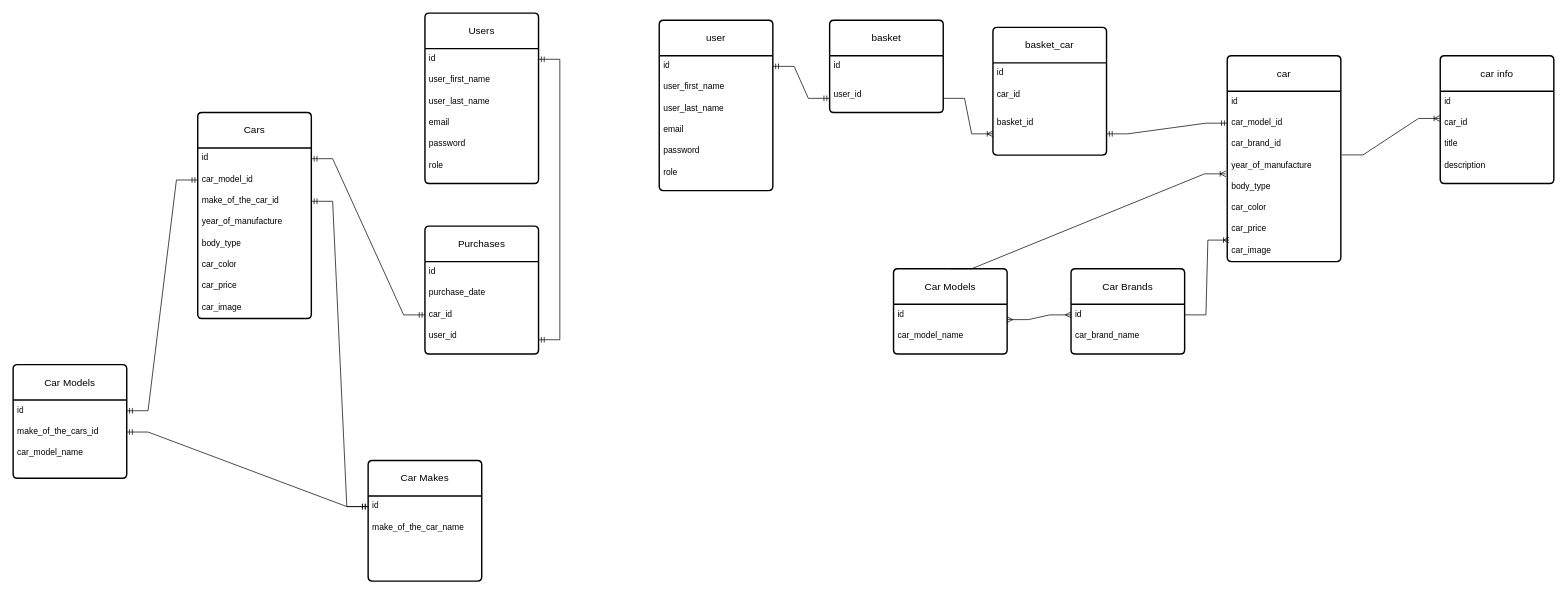
Earlier version of the draw.io diagram diagram.drawio (pablosukaban/cars-store). Source tidied: cells renumbered, new cells numbered last; positions are measured from the earlier drawing's top-left corner, leaving out a move shared by most shapes. Both pictures are drawn from the tidied source at 71%, with x=0, y=0 at pixel (13, 13).
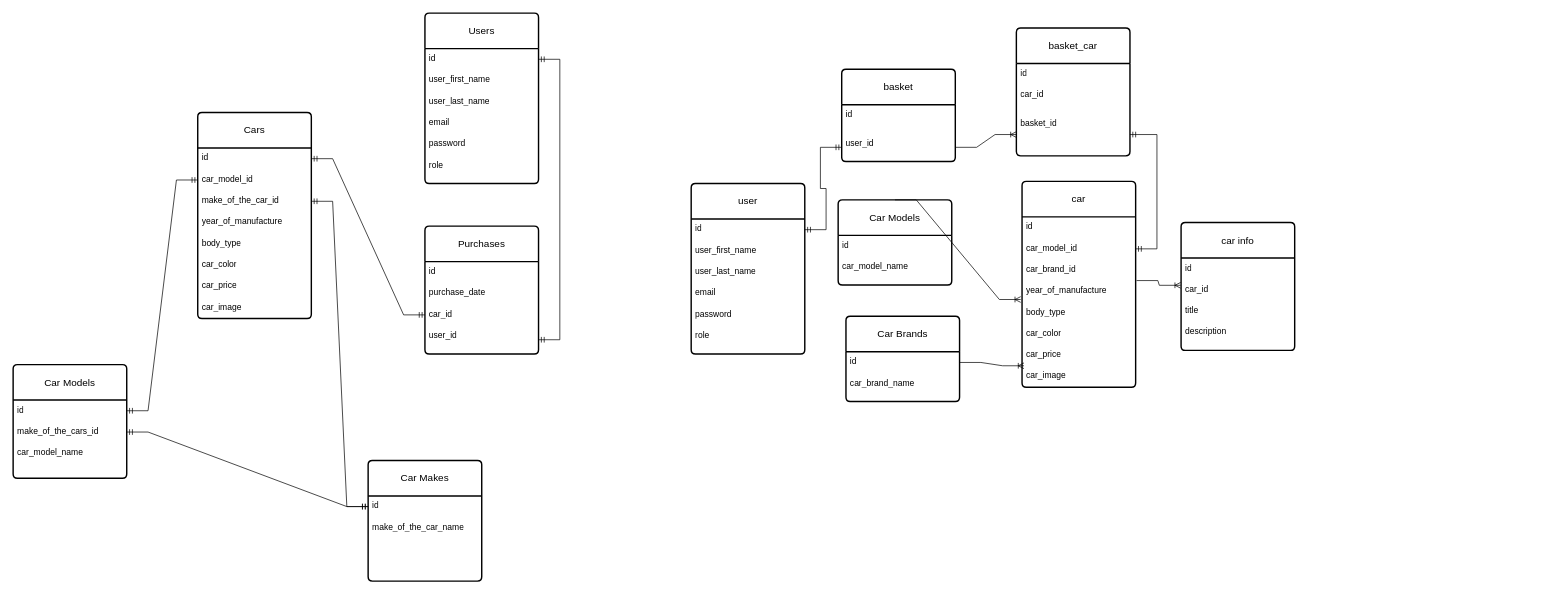
After the change.

The change refers to these unchanged cells:
```xml
<mxCell id="61" value="id" style="text;strokeColor=none;fillColor=none;spacingLeft=4;spacingRight=4;overflow=hidden;points=[[0,0.5],[1,0.5]];portConstraint=eastwest;fontSize=12;whiteSpace=wrap;html=1;" parent="60" vertex="1">
  <mxGeometry y="50" width="160" height="30" as="geometry" />
</mxCell>
<mxCell id="64" value="id" style="text;strokeColor=none;fillColor=none;spacingLeft=4;spacingRight=4;overflow=hidden;points=[[0,0.5],[1,0.5]];portConstraint=eastwest;fontSize=12;whiteSpace=wrap;html=1;" parent="63" vertex="1">
  <mxGeometry y="50" width="160" height="30" as="geometry" />
</mxCell>
```

Diff of the diagram source:
```diff
@@
     <mxCell id="36" value="user" style="swimlane;horizontal=1;startSize=50;rounded=1;fontSize=14;fontStyle=0;strokeWidth=2;shadow=0;dashed=0;align=center;arcSize=4;whiteSpace=wrap;html=1;" parent="1" vertex="1">
-      <mxGeometry x="910" y="10" width="160" height="240" as="geometry" />
+      <mxGeometry x="955" y="240" width="160" height="240" as="geometry" />
     </mxCell>
@@
     <mxCell id="43" value="basket" style="swimlane;horizontal=1;startSize=50;rounded=1;fontSize=14;fontStyle=0;strokeWidth=2;shadow=0;dashed=0;align=center;arcSize=4;whiteSpace=wrap;html=1;" parent="1" vertex="1">
-      <mxGeometry x="1150" y="10" width="160" height="130" as="geometry" />
+      <mxGeometry x="1167" y="79" width="160" height="130" as="geometry" />
     </mxCell>
@@
     <mxCell id="46" value="basket_car" style="swimlane;horizontal=1;startSize=50;rounded=1;fontSize=14;fontStyle=0;strokeWidth=2;shadow=0;dashed=0;align=center;arcSize=4;whiteSpace=wrap;html=1;" parent="1" vertex="1">
-      <mxGeometry x="1380" y="20" width="160" height="180" as="geometry" />
+      <mxGeometry x="1413" y="21" width="160" height="180" as="geometry" />
     </mxCell>
@@
     <mxCell id="50" value="car" style="swimlane;horizontal=1;startSize=50;rounded=1;fontSize=14;fontStyle=0;strokeWidth=2;shadow=0;dashed=0;align=center;arcSize=4;whiteSpace=wrap;html=1;" parent="1" vertex="1">
-      <mxGeometry x="1710" y="60" width="160" height="290" as="geometry" />
+      <mxGeometry x="1421" y="237" width="160" height="290" as="geometry" />
     </mxCell>
@@
     <mxCell id="60" value="Car Models" style="swimlane;horizontal=1;startSize=50;rounded=1;fontSize=14;fontStyle=0;strokeWidth=2;shadow=0;dashed=0;align=center;arcSize=4;whiteSpace=wrap;html=1;" parent="1" vertex="1">
-      <mxGeometry x="1240" y="360" width="160" height="120" as="geometry" />
+      <mxGeometry x="1162" y="263" width="160" height="120" as="geometry" />
     </mxCell>
@@
     <mxCell id="63" value="Car Brands" style="swimlane;horizontal=1;startSize=50;rounded=1;fontSize=14;fontStyle=0;strokeWidth=2;shadow=0;dashed=0;align=center;arcSize=4;whiteSpace=wrap;html=1;" parent="1" vertex="1">
-      <mxGeometry x="1490" y="360" width="160" height="120" as="geometry" />
+      <mxGeometry x="1173" y="427" width="160" height="120" as="geometry" />
     </mxCell>
@@
-    <mxCell id="71" style="edgeStyle=entityRelationEdgeStyle;fontSize=12;html=1;endArrow=ERmany;startArrow=ERmany;rounded=0;exitX=1;exitY=0.722;exitDx=0;exitDy=0;exitPerimeter=0;entryX=0;entryY=0.5;entryDx=0;entryDy=0;" parent="1" edge="1" source="61" target="64">
-      <mxGeometry relative="1" as="geometry" />
-    </mxCell>
     <mxCell id="72" value="car info" style="swimlane;horizontal=1;startSize=50;rounded=1;fontSize=14;fontStyle=0;strokeWidth=2;shadow=0;dashed=0;align=center;arcSize=4;whiteSpace=wrap;html=1;" parent="1" vertex="1">
-      <mxGeometry x="2010" y="60" width="160" height="180" as="geometry" />
+      <mxGeometry x="1645" y="295" width="160" height="180" as="geometry" />
     </mxCell>
```
